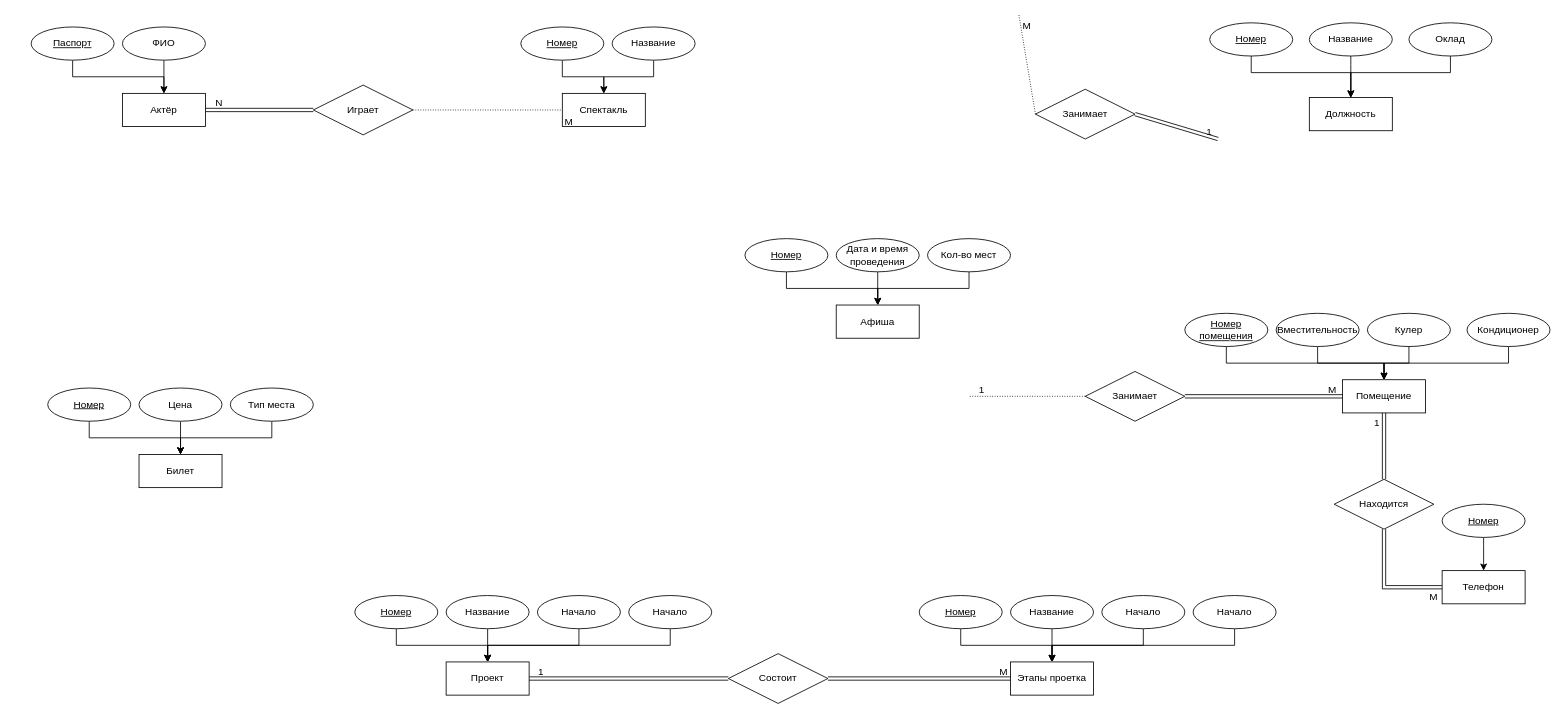
This is Laba1/ER_diagram.drawio from den-a-s/data_based, a draw.io file, before an edit. Source tidied: cells renumbered, new cells numbered last; positions are measured from the earlier drawing's top-left corner, leaving out a move shared by most shapes. Both pictures are drawn from the tidied source at 83%, with x=0, y=0 at pixel (14, 14).
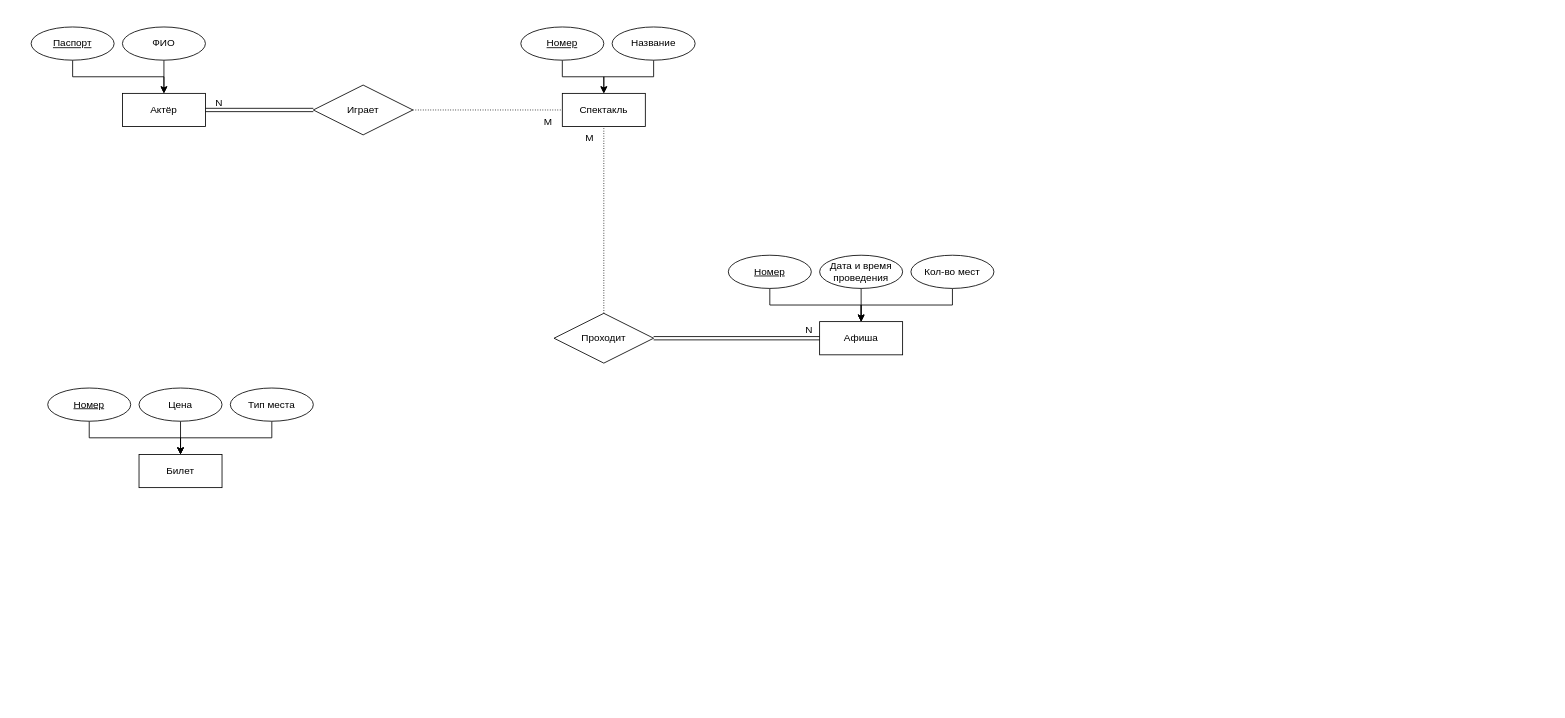
Above is the later version.

Commit message:
Добавил связь Проходит.drawio

Unchanged cells that the change refers to:
```xml
<mxCell id="3" value="Спектакль" style="whiteSpace=wrap;html=1;align=center;" parent="2" vertex="1">
  <mxGeometry x="190" y="80" width="100" height="40" as="geometry" />
</mxCell>
<mxCell id="85" value="Афиша" style="whiteSpace=wrap;html=1;align=center;" parent="84" vertex="1">
  <mxGeometry x="110" y="80" width="100" height="40" as="geometry" />
</mxCell>
<mxCell id="93" style="endArrow=none;html=1;rounded=0;dashed=1;dashPattern=1 2;exitX=1;exitY=0.5;exitDx=0;exitDy=0;entryX=0;entryY=0.5;entryDx=0;entryDy=0;" parent="1" edge="1" source="92" target="3">
  <mxGeometry relative="1" as="geometry" />
</mxCell>
```

Change to the diagram source:
```diff
@@
-    <mxCell id="8" style="group;" parent="1" vertex="1">
-      <mxGeometry x="1440" y="10" width="340" height="130" as="geometry" />
-    </mxCell>
-    <mxCell id="9" value="&lt;div&gt;Должность&lt;/div&gt;" style="whiteSpace=wrap;html=1;align=center;" parent="8" vertex="1">
-      <mxGeometry x="120" y="90" width="100" height="40" as="geometry" />
-    </mxCell>
-    <mxCell id="10" style="edgeStyle=orthogonalEdgeStyle;rounded=0;jettySize=auto;html=1;entryX=0.5;entryY=0;entryDx=0;entryDy=0;" parent="8" edge="1" source="11" target="9">
-      <mxGeometry relative="1" as="geometry">
-        <Array as="points">
-          <mxPoint x="50" y="60" />
-          <mxPoint x="170" y="60" />
-        </Array>
-      </mxGeometry>
-    </mxCell>
-    <mxCell id="11" value="&lt;u&gt;Номер&lt;/u&gt;" style="ellipse;whiteSpace=wrap;html=1;align=center;" parent="8" vertex="1">
-      <mxGeometry width="100" height="40" as="geometry" />
-    </mxCell>
-    <mxCell id="12" style="edgeStyle=orthogonalEdgeStyle;rounded=0;jettySize=auto;html=1;entryX=0.5;entryY=0;entryDx=0;entryDy=0;" parent="8" edge="1" source="13" target="9">
-      <mxGeometry relative="1" as="geometry">
-        <Array as="points">
-          <mxPoint x="170" y="50" />
-          <mxPoint x="170" y="50" />
-        </Array>
-      </mxGeometry>
-    </mxCell>
-    <mxCell id="13" value="Название" style="ellipse;whiteSpace=wrap;html=1;align=center;" parent="8" vertex="1">
-      <mxGeometry x="120" width="100" height="40" as="geometry" />
-    </mxCell>
-    <mxCell id="14" style="edgeStyle=orthogonalEdgeStyle;rounded=0;jettySize=auto;html=1;entryX=0.5;entryY=0;entryDx=0;entryDy=0;" parent="8" edge="1" source="15" target="9">
-      <mxGeometry relative="1" as="geometry">
-        <Array as="points">
-          <mxPoint x="290" y="60" />
-          <mxPoint x="170" y="60" />
-        </Array>
-      </mxGeometry>
-    </mxCell>
-    <mxCell id="15" value="Оклад" style="ellipse;whiteSpace=wrap;html=1;align=center;" parent="8" vertex="1">
-      <mxGeometry x="240" width="100" height="40" as="geometry" />
-    </mxCell>
-    <mxCell id="16" style="group;" parent="1" vertex="1">
-      <mxGeometry x="1410" y="360" width="440" height="120" as="geometry" />
-    </mxCell>
-    <mxCell id="17" value="Помещение" style="whiteSpace=wrap;html=1;align=center;" parent="16" vertex="1">
-      <mxGeometry x="190" y="80" width="100" height="40" as="geometry" />
-    </mxCell>
-    <mxCell id="18" style="edgeStyle=orthogonalEdgeStyle;rounded=0;jettySize=auto;html=1;entryX=0.5;entryY=0;entryDx=0;entryDy=0;" parent="16" edge="1" source="19" target="17">
-      <mxGeometry relative="1" as="geometry">
-        <Array as="points">
-          <mxPoint x="50" y="60" />
-          <mxPoint x="240" y="60" />
-        </Array>
-      </mxGeometry>
-    </mxCell>
-    <mxCell id="19" value="&lt;u&gt;Номер помещения&lt;br&gt;&lt;/u&gt;" style="ellipse;whiteSpace=wrap;html=1;align=center;" parent="16" vertex="1">
-      <mxGeometry width="100" height="40" as="geometry" />
-    </mxCell>
-    <mxCell id="20" style="edgeStyle=orthogonalEdgeStyle;rounded=0;jettySize=auto;html=1;" parent="16" edge="1" source="21" target="17">
-      <mxGeometry relative="1" as="geometry" />
-    </mxCell>
-    <mxCell id="21" value="Вместительность" style="ellipse;whiteSpace=wrap;html=1;align=center;" parent="16" vertex="1">
-      <mxGeometry x="110" width="100" height="40" as="geometry" />
-    </mxCell>
-    <mxCell id="22" style="edgeStyle=orthogonalEdgeStyle;rounded=0;jettySize=auto;html=1;entryX=0.5;entryY=0;entryDx=0;entryDy=0;" parent="16" edge="1" source="23" target="17">
-      <mxGeometry relative="1" as="geometry" />
-    </mxCell>
-    <mxCell id="23" value="Кулер" style="ellipse;whiteSpace=wrap;html=1;align=center;" parent="16" vertex="1">
-      <mxGeometry x="220" width="100" height="40" as="geometry" />
-    </mxCell>
-    <mxCell id="24" style="edgeStyle=orthogonalEdgeStyle;rounded=0;jettySize=auto;html=1;entryX=0.5;entryY=0;entryDx=0;entryDy=0;" parent="16" edge="1" source="25" target="17">
-      <mxGeometry relative="1" as="geometry">
-        <Array as="points">
-          <mxPoint x="390" y="60" />
-          <mxPoint x="240" y="60" />
-        </Array>
-      </mxGeometry>
-    </mxCell>
-    <mxCell id="25" value="Кондиционер" style="ellipse;whiteSpace=wrap;html=1;align=center;" parent="16" vertex="1">
-      <mxGeometry x="340" width="100" height="40" as="geometry" />
-    </mxCell>
@@
-    <mxCell id="34" style="group;" parent="1" vertex="1">
-      <mxGeometry x="410" y="700" width="440" height="120" as="geometry" />
-    </mxCell>
-    <mxCell id="35" value="Проект" style="whiteSpace=wrap;html=1;align=center;" parent="34" vertex="1">
-      <mxGeometry x="110" y="80" width="100" height="40" as="geometry" />
-    </mxCell>
-    <mxCell id="36" style="edgeStyle=orthogonalEdgeStyle;rounded=0;jettySize=auto;html=1;entryX=0.5;entryY=0;entryDx=0;entryDy=0;" parent="34" edge="1" source="37" target="35">
-      <mxGeometry relative="1" as="geometry">
-        <Array as="points">
-          <mxPoint x="50" y="60" />
-          <mxPoint x="160" y="60" />
-        </Array>
-      </mxGeometry>
-    </mxCell>
-    <mxCell id="37" value="&lt;u&gt;Номер&lt;br&gt;&lt;/u&gt;" style="ellipse;whiteSpace=wrap;html=1;align=center;" parent="34" vertex="1">
-      <mxGeometry width="100" height="40" as="geometry" />
-    </mxCell>
-    <mxCell id="38" style="edgeStyle=orthogonalEdgeStyle;rounded=0;jettySize=auto;html=1;" parent="34" edge="1" source="39" target="35">
-      <mxGeometry relative="1" as="geometry" />
-    </mxCell>
-    <mxCell id="39" value="Название" style="ellipse;whiteSpace=wrap;html=1;align=center;" parent="34" vertex="1">
-      <mxGeometry x="110" width="100" height="40" as="geometry" />
-    </mxCell>
-    <mxCell id="40" style="edgeStyle=orthogonalEdgeStyle;rounded=0;jettySize=auto;html=1;entryX=0.5;entryY=0;entryDx=0;entryDy=0;" parent="34" edge="1" source="41" target="35">
-      <mxGeometry relative="1" as="geometry">
-        <Array as="points">
-          <mxPoint x="270" y="60" />
-          <mxPoint x="160" y="60" />
-        </Array>
-      </mxGeometry>
-    </mxCell>
-    <mxCell id="41" value="Начало" style="ellipse;whiteSpace=wrap;html=1;align=center;" parent="34" vertex="1">
-      <mxGeometry x="220" width="100" height="40" as="geometry" />
-    </mxCell>
-    <mxCell id="42" style="edgeStyle=orthogonalEdgeStyle;rounded=0;jettySize=auto;html=1;entryX=0.5;entryY=0;entryDx=0;entryDy=0;" parent="34" edge="1" source="43" target="35">
-      <mxGeometry relative="1" as="geometry">
-        <Array as="points">
-          <mxPoint x="380" y="60" />
-          <mxPoint x="160" y="60" />
-        </Array>
-      </mxGeometry>
-    </mxCell>
-    <mxCell id="43" value="Начало" style="ellipse;whiteSpace=wrap;html=1;align=center;" parent="34" vertex="1">
-      <mxGeometry x="330" width="100" height="40" as="geometry" />
-    </mxCell>
-    <mxCell id="44" style="group;" parent="1" vertex="1">
-      <mxGeometry x="1720" y="590" width="100" height="120" as="geometry" />
-    </mxCell>
-    <mxCell id="45" value="&lt;div&gt;Телефон&lt;/div&gt;" style="whiteSpace=wrap;html=1;align=center;" parent="44" vertex="1">
-      <mxGeometry y="80" width="100" height="40" as="geometry" />
-    </mxCell>
-    <mxCell id="46" style="edgeStyle=orthogonalEdgeStyle;rounded=0;jettySize=auto;html=1;entryX=0.5;entryY=0;entryDx=0;entryDy=0;" parent="44" edge="1" source="47" target="45">
-      <mxGeometry relative="1" as="geometry">
-        <Array as="points">
-          <mxPoint x="50" y="50" />
-          <mxPoint x="50" y="50" />
-        </Array>
-      </mxGeometry>
-    </mxCell>
-    <mxCell id="47" value="&lt;u&gt;Номер&lt;/u&gt;" style="ellipse;whiteSpace=wrap;html=1;align=center;" parent="44" vertex="1">
-      <mxGeometry width="100" height="40" as="geometry" />
-    </mxCell>
-    <mxCell id="48" style="group;" parent="1" vertex="1">
-      <mxGeometry x="1090" y="700" width="440" height="120" as="geometry" />
-    </mxCell>
-    <mxCell id="49" value="&lt;div&gt;Этапы проетка&lt;/div&gt;" style="whiteSpace=wrap;html=1;align=center;" parent="48" vertex="1">
-      <mxGeometry x="110" y="80" width="100" height="40" as="geometry" />
-    </mxCell>
-    <mxCell id="50" style="edgeStyle=orthogonalEdgeStyle;rounded=0;jettySize=auto;html=1;entryX=0.5;entryY=0;entryDx=0;entryDy=0;" parent="48" edge="1" source="51" target="49">
-      <mxGeometry relative="1" as="geometry">
-        <Array as="points">
-          <mxPoint x="50" y="60" />
-          <mxPoint x="160" y="60" />
-        </Array>
-      </mxGeometry>
-    </mxCell>
-    <mxCell id="51" value="&lt;u&gt;Номер&lt;br&gt;&lt;/u&gt;" style="ellipse;whiteSpace=wrap;html=1;align=center;" parent="48" vertex="1">
-      <mxGeometry width="100" height="40" as="geometry" />
-    </mxCell>
-    <mxCell id="52" style="edgeStyle=orthogonalEdgeStyle;rounded=0;jettySize=auto;html=1;" parent="48" edge="1" source="53" target="49">
-      <mxGeometry relative="1" as="geometry" />
-    </mxCell>
-    <mxCell id="53" value="Название" style="ellipse;whiteSpace=wrap;html=1;align=center;" parent="48" vertex="1">
-      <mxGeometry x="110" width="100" height="40" as="geometry" />
-    </mxCell>
-    <mxCell id="54" style="edgeStyle=orthogonalEdgeStyle;rounded=0;jettySize=auto;html=1;entryX=0.5;entryY=0;entryDx=0;entryDy=0;" parent="48" edge="1" source="55" target="49">
-      <mxGeometry relative="1" as="geometry">
-        <Array as="points">
-          <mxPoint x="270" y="60" />
-          <mxPoint x="160" y="60" />
-        </Array>
-      </mxGeometry>
-    </mxCell>
-    <mxCell id="55" value="Начало" style="ellipse;whiteSpace=wrap;html=1;align=center;" parent="48" vertex="1">
-      <mxGeometry x="220" width="100" height="40" as="geometry" />
-    </mxCell>
-    <mxCell id="56" style="edgeStyle=orthogonalEdgeStyle;rounded=0;jettySize=auto;html=1;entryX=0.5;entryY=0;entryDx=0;entryDy=0;" parent="48" edge="1" source="57" target="49">
-      <mxGeometry relative="1" as="geometry">
-        <Array as="points">
-          <mxPoint x="380" y="60" />
-          <mxPoint x="160" y="60" />
-        </Array>
-      </mxGeometry>
-    </mxCell>
-    <mxCell id="57" value="Начало" style="ellipse;whiteSpace=wrap;html=1;align=center;" parent="48" vertex="1">
-      <mxGeometry x="330" width="100" height="40" as="geometry" />
-    </mxCell>
-    <mxCell id="58" value="&lt;div&gt;Занимает&lt;/div&gt;" style="shape=rhombus;perimeter=rhombusPerimeter;whiteSpace=wrap;html=1;align=center;" parent="1" vertex="1">
-      <mxGeometry x="1230" y="90" width="120" height="60" as="geometry" />
-    </mxCell>
-    <mxCell id="59" style="endArrow=none;html=1;rounded=0;dashed=1;dashPattern=1 2;exitX=0;exitY=0.5;exitDx=0;exitDy=0;" parent="1" edge="1" source="58">
-      <mxGeometry relative="1" as="geometry">
-        <mxPoint x="1210" as="targetPoint" />
-      </mxGeometry>
-    </mxCell>
-    <mxCell id="60" value="&lt;div&gt;М&lt;/div&gt;" style="html=1;whiteSpace=wrap;align=right;verticalAlign=bottom;" parent="59" vertex="1">
-      <mxGeometry x="1" relative="1" as="geometry">
-        <mxPoint x="16" y="22" as="offset" />
-      </mxGeometry>
-    </mxCell>
-    <mxCell id="61" style="shape=link;html=1;rounded=0;exitX=1;exitY=0.5;exitDx=0;exitDy=0;" parent="1" edge="1" source="58">
-      <mxGeometry relative="1" as="geometry">
-        <mxPoint x="1450" y="150" as="targetPoint" />
-      </mxGeometry>
-    </mxCell>
-    <mxCell id="62" value="1" style="html=1;whiteSpace=wrap;align=right;verticalAlign=bottom;" parent="61" vertex="1">
-      <mxGeometry x="1" relative="1" as="geometry">
-        <mxPoint x="-6" as="offset" />
-      </mxGeometry>
-    </mxCell>
-    <mxCell id="63" value="Состоит" style="shape=rhombus;perimeter=rhombusPerimeter;whiteSpace=wrap;html=1;align=center;" parent="1" vertex="1">
-      <mxGeometry x="860" y="770" width="120" height="60" as="geometry" />
-    </mxCell>
-    <mxCell id="64" style="shape=link;html=1;rounded=0;entryX=1;entryY=0.5;entryDx=0;entryDy=0;exitX=0;exitY=0.5;exitDx=0;exitDy=0;" parent="1" edge="1" source="63" target="35">
-      <mxGeometry relative="1" as="geometry" />
-    </mxCell>
-    <mxCell id="65" value="1" style="html=1;whiteSpace=wrap;align=right;verticalAlign=bottom;" parent="64" vertex="1">
-      <mxGeometry x="1" relative="1" as="geometry">
-        <mxPoint x="19" as="offset" />
-      </mxGeometry>
-    </mxCell>
-    <mxCell id="66" style="shape=link;html=1;rounded=0;entryX=0;entryY=0.5;entryDx=0;entryDy=0;exitX=1;exitY=0.5;exitDx=0;exitDy=0;" parent="1" edge="1" source="63" target="49">
-      <mxGeometry relative="1" as="geometry" />
-    </mxCell>
-    <mxCell id="67" value="&lt;div&gt;М&lt;/div&gt;" style="html=1;whiteSpace=wrap;align=right;verticalAlign=bottom;" parent="66" vertex="1">
-      <mxGeometry x="1" relative="1" as="geometry">
-        <mxPoint x="-2" as="offset" />
-      </mxGeometry>
-    </mxCell>
-    <mxCell id="68" value="Занимает" style="shape=rhombus;perimeter=rhombusPerimeter;whiteSpace=wrap;html=1;align=center;" parent="1" vertex="1">
-      <mxGeometry x="1290" y="430" width="120" height="60" as="geometry" />
-    </mxCell>
-    <mxCell id="69" style="endArrow=none;html=1;rounded=0;dashed=1;dashPattern=1 2;exitX=0;exitY=0.5;exitDx=0;exitDy=0;" parent="1" edge="1" source="68">
-      <mxGeometry relative="1" as="geometry">
-        <mxPoint x="1150" y="460" as="targetPoint" />
-      </mxGeometry>
-    </mxCell>
-    <mxCell id="70" value="1" style="html=1;whiteSpace=wrap;align=right;verticalAlign=bottom;" parent="69" vertex="1">
-      <mxGeometry x="1" relative="1" as="geometry">
-        <mxPoint x="20" as="offset" />
-      </mxGeometry>
-    </mxCell>
-    <mxCell id="71" style="shape=link;html=1;rounded=0;exitX=1;exitY=0.5;exitDx=0;exitDy=0;entryX=0;entryY=0.5;entryDx=0;entryDy=0;" parent="1" edge="1" source="68" target="17">
-      <mxGeometry relative="1" as="geometry" />
-    </mxCell>
-    <mxCell id="72" value="&lt;div&gt;М&lt;/div&gt;" style="html=1;whiteSpace=wrap;align=right;verticalAlign=bottom;" parent="71" vertex="1">
-      <mxGeometry x="1" relative="1" as="geometry">
-        <mxPoint x="-6" as="offset" />
-      </mxGeometry>
-    </mxCell>
-    <mxCell id="73" value="Находится" style="shape=rhombus;perimeter=rhombusPerimeter;whiteSpace=wrap;html=1;align=center;" parent="1" vertex="1">
-      <mxGeometry x="1590" y="560" width="120" height="60" as="geometry" />
-    </mxCell>
-    <mxCell id="74" style="shape=link;html=1;rounded=0;exitX=0.5;exitY=0;exitDx=0;exitDy=0;entryX=0.5;entryY=1;entryDx=0;entryDy=0;" parent="1" edge="1" source="73" target="17">
-      <mxGeometry relative="1" as="geometry">
-        <Array as="points">
-          <mxPoint x="1650" y="550" />
-        </Array>
-      </mxGeometry>
-    </mxCell>
-    <mxCell id="75" value="1" style="html=1;whiteSpace=wrap;align=right;verticalAlign=bottom;" parent="74" vertex="1">
-      <mxGeometry x="1" relative="1" as="geometry">
-        <mxPoint x="-4" y="20" as="offset" />
-      </mxGeometry>
-    </mxCell>
-    <mxCell id="76" style="shape=link;html=1;rounded=0;exitX=0.5;exitY=1;exitDx=0;exitDy=0;entryX=0;entryY=0.5;entryDx=0;entryDy=0;" parent="1" edge="1" source="73" target="45">
-      <mxGeometry relative="1" as="geometry">
-        <Array as="points">
-          <mxPoint x="1650" y="690" />
-        </Array>
-      </mxGeometry>
-    </mxCell>
-    <mxCell id="77" value="&lt;div&gt;М&lt;/div&gt;" style="html=1;whiteSpace=wrap;align=right;verticalAlign=bottom;" parent="76" vertex="1">
-      <mxGeometry x="1" relative="1" as="geometry">
-        <mxPoint x="-4" y="20" as="offset" />
-      </mxGeometry>
-    </mxCell>
@@
     <mxCell id="84" style="group;" parent="1" vertex="1">
-      <mxGeometry x="880" y="270" width="440" height="120" as="geometry" />
+      <mxGeometry x="860" y="290" width="440" height="120" as="geometry" />
     </mxCell>
@@
     <mxCell id="94" value="&lt;div&gt;М&lt;/div&gt;" style="html=1;whiteSpace=wrap;align=right;verticalAlign=bottom;" parent="93" vertex="1">
       <mxGeometry x="1" relative="1" as="geometry">
-        <mxPoint x="14" y="22" as="offset" />
+        <mxPoint x="-11" y="22" as="offset" />
       </mxGeometry>
     </mxCell>
@@
+    <mxCell id="97" value="Проходит" style="shape=rhombus;perimeter=rhombusPerimeter;whiteSpace=wrap;html=1;align=center;" parent="1" vertex="1">
+      <mxGeometry x="650" y="360" width="120" height="60" as="geometry" />
+    </mxCell>
+    <mxCell id="98" style="endArrow=none;html=1;rounded=0;dashed=1;dashPattern=1 2;exitX=0.5;exitY=0;exitDx=0;exitDy=0;entryX=0.5;entryY=1;entryDx=0;entryDy=0;" parent="1" edge="1" source="97" target="3">
+      <mxGeometry relative="1" as="geometry" />
+    </mxCell>
+    <mxCell id="99" value="&lt;div&gt;М&lt;/div&gt;" style="html=1;whiteSpace=wrap;align=right;verticalAlign=bottom;" parent="98" vertex="1">
+      <mxGeometry x="1" relative="1" as="geometry">
+        <mxPoint x="-11" y="22" as="offset" />
+      </mxGeometry>
+    </mxCell>
+    <mxCell id="100" style="shape=link;html=1;rounded=0;entryX=0;entryY=0.5;entryDx=0;entryDy=0;exitX=1;exitY=0.5;exitDx=0;exitDy=0;" parent="1" edge="1" source="97" target="85">
+      <mxGeometry relative="1" as="geometry" />
+    </mxCell>
+    <mxCell id="101" value="N" style="html=1;whiteSpace=wrap;align=right;verticalAlign=bottom;" parent="100" vertex="1">
+      <mxGeometry x="1" relative="1" as="geometry">
+        <mxPoint x="-7" y="-2" as="offset" />
+      </mxGeometry>
+    </mxCell>
```
